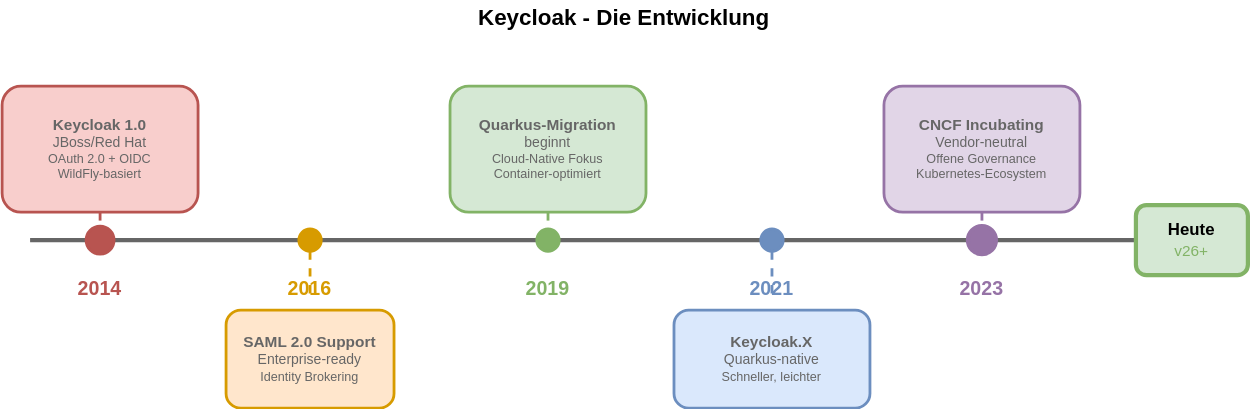
it-erben/training-keycloak keeps this draw.io diagram as slides/01-einfuehrung-keycloak-iam/images/keycloak_timeline.drawio.svg. Above is the earlier version. Source tidied: cells renumbered, new cells last; positions are measured from the earlier drawing's top-left corner, leaving out a move shared by most shapes. Source of this version:
```xml
<mxGraphModel>
  <root>
    <mxCell id="0" />
    <mxCell id="1" parent="0" />
    <mxCell id="2" value="&lt;font style=&quot;font-size:16px&quot;&gt;&lt;b&gt;Keycloak - Die Entwicklung&lt;/b&gt;&lt;/font&gt;" style="text;html=1;strokeColor=none;fillColor=none;align=center;verticalAlign=middle;whiteSpace=wrap;rounded=0;fontColor=#000000;fontSize=16;fontStyle=1;" parent="1" vertex="1">
      <mxGeometry x="299" width="291" height="24" as="geometry" />
    </mxCell>
    <mxCell id="3" style="html=1;strokeColor=#666666;strokeWidth=3;endArrow=none;rounded=0;" parent="1" edge="1">
      <mxGeometry relative="1" as="geometry">
        <mxPoint x="20" y="171" as="sourcePoint" />
        <mxPoint x="870" y="171" as="targetPoint" />
      </mxGeometry>
    </mxCell>
    <mxCell id="4" style="ellipse;whiteSpace=wrap;html=1;fillColor=#b85450;strokeColor=#b85450;strokeWidth=2;" parent="1" vertex="1">
      <mxGeometry x="60" y="161" width="20" height="20" as="geometry" />
    </mxCell>
    <mxCell id="5" value="&lt;font style=&quot;font-size:14px&quot; color=&quot;#b85450&quot;&gt;&lt;b&gt;2014&lt;/b&gt;&lt;/font&gt;" style="text;html=1;strokeColor=none;fillColor=none;align=center;verticalAlign=middle;whiteSpace=wrap;rounded=0;fontColor=#b85450;fontSize=14;fontStyle=1;" parent="1" vertex="1">
      <mxGeometry x="50" y="195" width="40" height="21" as="geometry" />
    </mxCell>
    <mxCell id="6" value="&lt;font style=&quot;font-size:11px&quot;&gt;&lt;b&gt;Keycloak 1.0&lt;/b&gt;&lt;/font&gt;&lt;br&gt;&lt;font style=&quot;font-size:10px&quot; color=&quot;#666666&quot;&gt;JBoss/Red Hat&lt;/font&gt;&lt;br&gt;&lt;font style=&quot;font-size:9px&quot; color=&quot;#666666&quot;&gt;OAuth 2.0 + OIDC&lt;/font&gt;&lt;br&gt;&lt;font style=&quot;font-size:9px&quot; color=&quot;#666666&quot;&gt;WildFly-basiert&lt;/font&gt;" style="rounded=1;whiteSpace=wrap;html=1;fillColor=#f8cecc;strokeColor=#b85450;strokeWidth=2;align=center;verticalAlign=middle;fontSize=9;fontColor=#666666;" parent="1" vertex="1">
      <mxGeometry y="61" width="140" height="90" as="geometry" />
    </mxCell>
    <mxCell id="7" style="html=1;strokeColor=#b85450;strokeWidth=2;endArrow=none;dashed=1;rounded=0;" parent="1" edge="1">
      <mxGeometry relative="1" as="geometry">
        <mxPoint x="70" y="151" as="sourcePoint" />
        <mxPoint x="70" y="161" as="targetPoint" />
      </mxGeometry>
    </mxCell>
    <mxCell id="8" style="ellipse;whiteSpace=wrap;html=1;fillColor=#d79b00;strokeColor=#d79b00;strokeWidth=2;" parent="1" vertex="1">
      <mxGeometry x="212" y="163" width="16" height="16" as="geometry" />
    </mxCell>
    <mxCell id="9" value="&lt;font style=&quot;font-size:14px&quot; color=&quot;#d79b00&quot;&gt;&lt;b&gt;2016&lt;/b&gt;&lt;/font&gt;" style="text;html=1;strokeColor=none;fillColor=none;align=center;verticalAlign=middle;whiteSpace=wrap;rounded=0;fontColor=#d79b00;fontSize=14;fontStyle=1;" parent="1" vertex="1">
      <mxGeometry x="200" y="195" width="40" height="21" as="geometry" />
    </mxCell>
    <mxCell id="10" value="&lt;font style=&quot;font-size:11px&quot;&gt;&lt;b&gt;SAML 2.0 Support&lt;/b&gt;&lt;/font&gt;&lt;br&gt;&lt;font style=&quot;font-size:10px&quot; color=&quot;#666666&quot;&gt;Enterprise-ready&lt;/font&gt;&lt;br&gt;&lt;font style=&quot;font-size:9px&quot; color=&quot;#666666&quot;&gt;Identity Brokering&lt;/font&gt;" style="rounded=1;whiteSpace=wrap;html=1;fillColor=#ffe6cc;strokeColor=#d79b00;strokeWidth=2;align=center;verticalAlign=middle;fontSize=10;fontColor=#666666;" parent="1" vertex="1">
      <mxGeometry x="160" y="221" width="120" height="70" as="geometry" />
    </mxCell>
    <mxCell id="11" style="html=1;strokeColor=#d79b00;strokeWidth=2;endArrow=none;dashed=1;rounded=0;" parent="1" edge="1">
      <mxGeometry relative="1" as="geometry">
        <mxPoint x="220" y="179" as="sourcePoint" />
        <mxPoint x="220" y="213" as="targetPoint" />
      </mxGeometry>
    </mxCell>
    <mxCell id="12" style="ellipse;whiteSpace=wrap;html=1;fillColor=#82b366;strokeColor=#82b366;strokeWidth=2;" parent="1" vertex="1">
      <mxGeometry x="382" y="163" width="16" height="16" as="geometry" />
    </mxCell>
    <mxCell id="13" value="&lt;font style=&quot;font-size:14px&quot; color=&quot;#82b366&quot;&gt;&lt;b&gt;2019&lt;/b&gt;&lt;/font&gt;" style="text;html=1;strokeColor=none;fillColor=none;align=center;verticalAlign=middle;whiteSpace=wrap;rounded=0;fontColor=#82b366;fontSize=14;fontStyle=1;" parent="1" vertex="1">
      <mxGeometry x="370" y="195" width="40" height="21" as="geometry" />
    </mxCell>
    <mxCell id="14" value="&lt;font style=&quot;font-size:11px&quot;&gt;&lt;b&gt;Quarkus-Migration&lt;/b&gt;&lt;/font&gt;&lt;br&gt;&lt;font style=&quot;font-size:10px&quot; color=&quot;#666666&quot;&gt;beginnt&lt;/font&gt;&lt;br&gt;&lt;font style=&quot;font-size:9px&quot; color=&quot;#666666&quot;&gt;Cloud-Native Fokus&lt;/font&gt;&lt;br&gt;&lt;font style=&quot;font-size:9px&quot; color=&quot;#666666&quot;&gt;Container-optimiert&lt;/font&gt;" style="rounded=1;whiteSpace=wrap;html=1;fillColor=#d5e8d4;strokeColor=#82b366;strokeWidth=2;align=center;verticalAlign=middle;fontSize=9;fontColor=#666666;" parent="1" vertex="1">
      <mxGeometry x="320" y="61" width="140" height="90" as="geometry" />
    </mxCell>
    <mxCell id="15" style="html=1;strokeColor=#82b366;strokeWidth=2;endArrow=none;dashed=1;rounded=0;" parent="1" edge="1">
      <mxGeometry relative="1" as="geometry">
        <mxPoint x="390" y="151" as="sourcePoint" />
        <mxPoint x="390" y="163" as="targetPoint" />
      </mxGeometry>
    </mxCell>
    <mxCell id="16" style="ellipse;whiteSpace=wrap;html=1;fillColor=#6c8ebf;strokeColor=#6c8ebf;strokeWidth=2;" parent="1" vertex="1">
      <mxGeometry x="542" y="163" width="16" height="16" as="geometry" />
    </mxCell>
    <mxCell id="17" value="&lt;font style=&quot;font-size:14px&quot; color=&quot;#6c8ebf&quot;&gt;&lt;b&gt;2021&lt;/b&gt;&lt;/font&gt;" style="text;html=1;strokeColor=none;fillColor=none;align=center;verticalAlign=middle;whiteSpace=wrap;rounded=0;fontColor=#6c8ebf;fontSize=14;fontStyle=1;" parent="1" vertex="1">
      <mxGeometry x="530" y="195" width="40" height="21" as="geometry" />
    </mxCell>
    <mxCell id="18" value="&lt;font style=&quot;font-size:11px&quot;&gt;&lt;b&gt;Keycloak.X&lt;/b&gt;&lt;/font&gt;&lt;br&gt;&lt;font style=&quot;font-size:10px&quot; color=&quot;#666666&quot;&gt;Quarkus-native&lt;/font&gt;&lt;br&gt;&lt;font style=&quot;font-size:9px&quot; color=&quot;#666666&quot;&gt;Schneller, leichter&lt;/font&gt;" style="rounded=1;whiteSpace=wrap;html=1;fillColor=#dae8fc;strokeColor=#6c8ebf;strokeWidth=2;align=center;verticalAlign=middle;fontSize=10;fontColor=#666666;" parent="1" vertex="1">
      <mxGeometry x="480" y="221" width="140" height="70" as="geometry" />
    </mxCell>
    <mxCell id="19" style="html=1;strokeColor=#6c8ebf;strokeWidth=2;endArrow=none;dashed=1;rounded=0;" parent="1" edge="1">
      <mxGeometry relative="1" as="geometry">
        <mxPoint x="550" y="179" as="sourcePoint" />
        <mxPoint x="550" y="213" as="targetPoint" />
      </mxGeometry>
    </mxCell>
    <mxCell id="20" style="ellipse;whiteSpace=wrap;html=1;fillColor=#9673a6;strokeColor=#9673a6;strokeWidth=3;" parent="1" vertex="1">
      <mxGeometry x="690" y="161" width="20" height="20" as="geometry" />
    </mxCell>
    <mxCell id="21" value="&lt;font style=&quot;font-size:14px&quot; color=&quot;#9673a6&quot;&gt;&lt;b&gt;2023&lt;/b&gt;&lt;/font&gt;" style="text;html=1;strokeColor=none;fillColor=none;align=center;verticalAlign=middle;whiteSpace=wrap;rounded=0;fontColor=#9673a6;fontSize=14;fontStyle=1;" parent="1" vertex="1">
      <mxGeometry x="680" y="195" width="40" height="21" as="geometry" />
    </mxCell>
    <mxCell id="22" value="&lt;font style=&quot;font-size:11px&quot;&gt;&lt;b&gt;CNCF Incubating&lt;/b&gt;&lt;/font&gt;&lt;br&gt;&lt;font style=&quot;font-size:10px&quot; color=&quot;#666666&quot;&gt;Vendor-neutral&lt;/font&gt;&lt;br&gt;&lt;font style=&quot;font-size:9px&quot; color=&quot;#666666&quot;&gt;Offene Governance&lt;/font&gt;&lt;br&gt;&lt;font style=&quot;font-size:9px&quot; color=&quot;#666666&quot;&gt;Kubernetes-Ecosystem&lt;/font&gt;" style="rounded=1;whiteSpace=wrap;html=1;fillColor=#e1d5e7;strokeColor=#9673a6;strokeWidth=2;align=center;verticalAlign=middle;fontSize=9;fontColor=#666666;" parent="1" vertex="1">
      <mxGeometry x="630" y="61" width="140" height="90" as="geometry" />
    </mxCell>
    <mxCell id="23" style="html=1;strokeColor=#9673a6;strokeWidth=2;endArrow=none;dashed=1;rounded=0;" parent="1" edge="1">
      <mxGeometry relative="1" as="geometry">
        <mxPoint x="700" y="151" as="sourcePoint" />
        <mxPoint x="700" y="161" as="targetPoint" />
      </mxGeometry>
    </mxCell>
    <mxCell id="24" value="&lt;b&gt;Heute&lt;/b&gt;&lt;br&gt;&lt;font style=&quot;font-size:11px&quot; color=&quot;#82b366&quot;&gt;v26+&lt;/font&gt;" style="rounded=1;whiteSpace=wrap;html=1;fillColor=#d5e8d4;strokeColor=#82b366;strokeWidth=3;align=center;verticalAlign=middle;fontSize=12;" parent="1" vertex="1">
      <mxGeometry x="810" y="146" width="80" height="50" as="geometry" />
    </mxCell>
  </root>
</mxGraphModel>
```
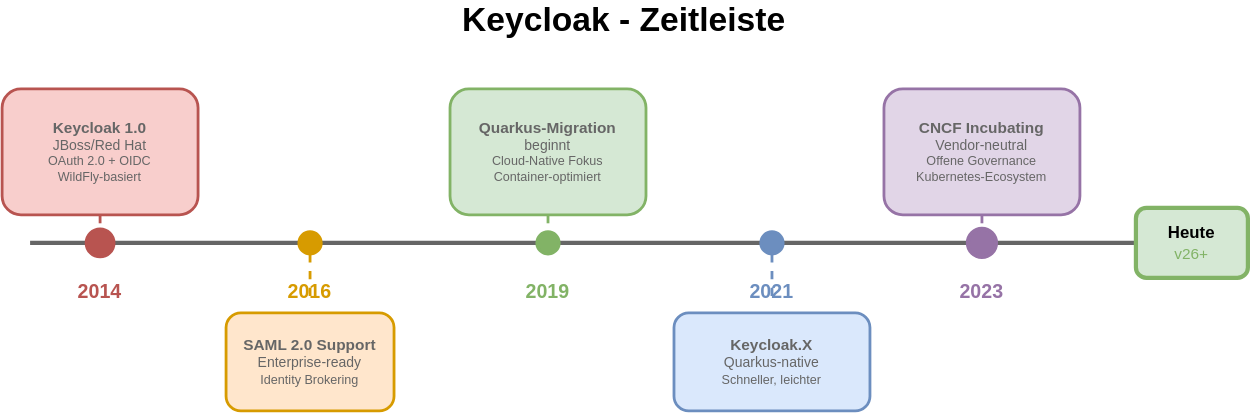
Later version of the same file.

The edit, as a diff of the source:
```diff
@@ -2,7 +2,7 @@
   <root>
     <mxCell id="0" />
     <mxCell id="1" parent="0" />
-    <mxCell id="2" value="&lt;font style=&quot;font-size:16px&quot;&gt;&lt;b&gt;Keycloak - Die Entwicklung&lt;/b&gt;&lt;/font&gt;" style="text;html=1;strokeColor=none;fillColor=none;align=center;verticalAlign=middle;whiteSpace=wrap;rounded=0;fontColor=#000000;fontSize=16;fontStyle=1;" parent="1" vertex="1">
+    <mxCell id="2" value="&lt;font&gt;&lt;b&gt;Keycloak - Zeitleiste&lt;/b&gt;&lt;/font&gt;" style="text;html=1;strokeColor=none;fillColor=none;align=center;verticalAlign=middle;whiteSpace=wrap;rounded=0;fontColor=#000000;fontSize=24;fontStyle=1;" parent="1" vertex="1">
       <mxGeometry x="299" width="291" height="24" as="geometry" />
     </mxCell>
     <mxCell id="3" style="html=1;strokeColor=#666666;strokeWidth=3;endArrow=none;rounded=0;" parent="1" edge="1">
```
